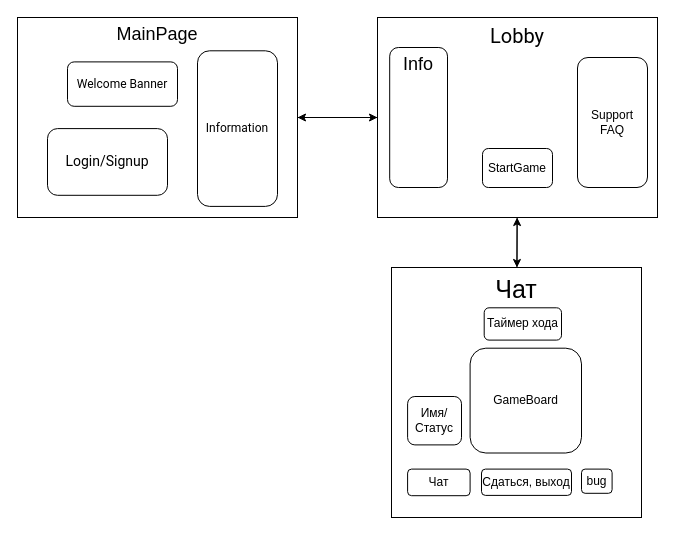
Before: [web]Концепт игры.drawio in Nikita1234678/Jeu_De_Dames_diplom_work, a draw.io diagram. Source tidied: cells renumbered, new cells numbered last; positions are measured from the earlier drawing's top-left corner, leaving out a move shared by most shapes. Both pictures are drawn from the tidied source at 100%, with x=0, y=0 at pixel (17, 17).
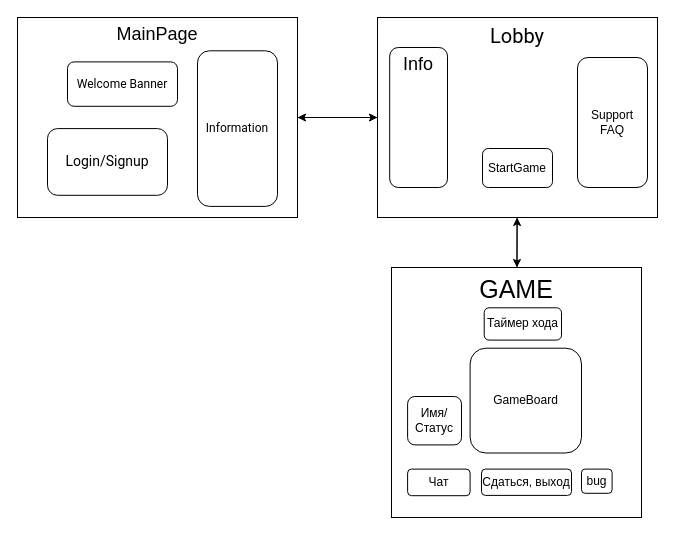
The same diagram, later.

Change to the diagram source:
```diff
@@
-    <mxCell id="11" value="Чат" style="rounded=0;whiteSpace=wrap;html=1;verticalAlign=top;fontSize=25;" parent="1" vertex="1">
+    <mxCell id="11" value="GAME" style="rounded=0;whiteSpace=wrap;html=1;verticalAlign=top;fontSize=25;" parent="1" vertex="1">
       <mxGeometry x="374" y="250" width="250" height="250" as="geometry" />
     </mxCell>
```
